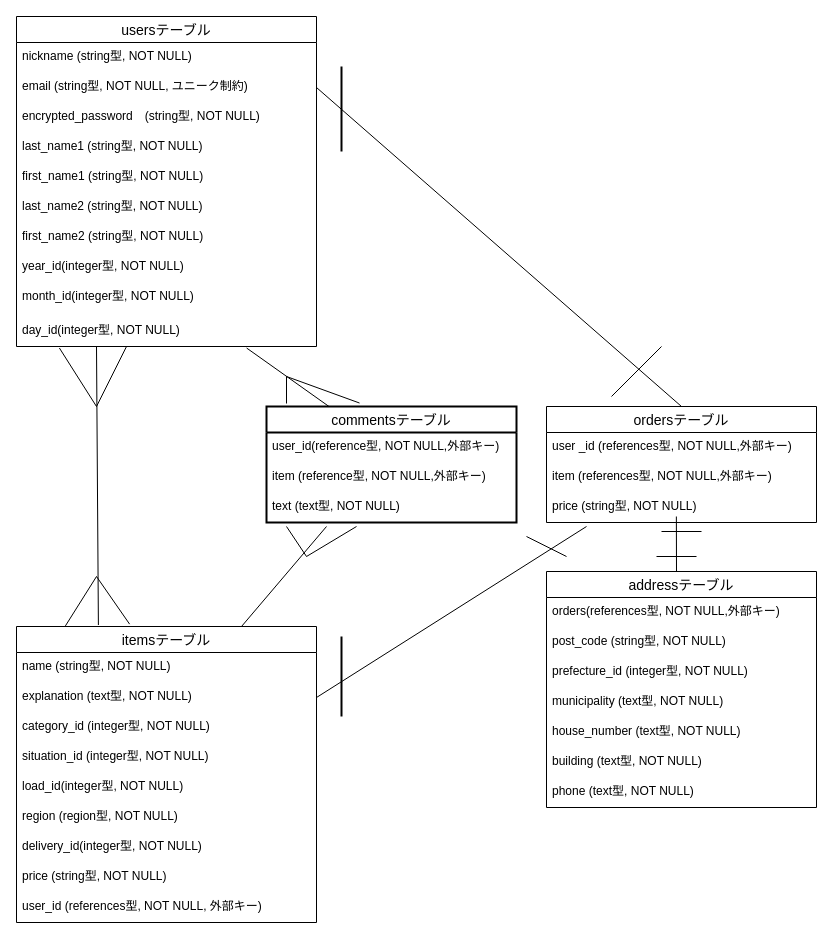
aruga-eri/furima-40729 keeps this draw.io diagram as app/views/furima.dio. Above is the earlier version. Source tidied: cells renumbered, new cells numbered last; positions are measured from the earlier drawing's top-left corner, leaving out a move shared by most shapes. Both pictures are drawn from the tidied source at 100%, with x=0, y=0 at pixel (16, 16).
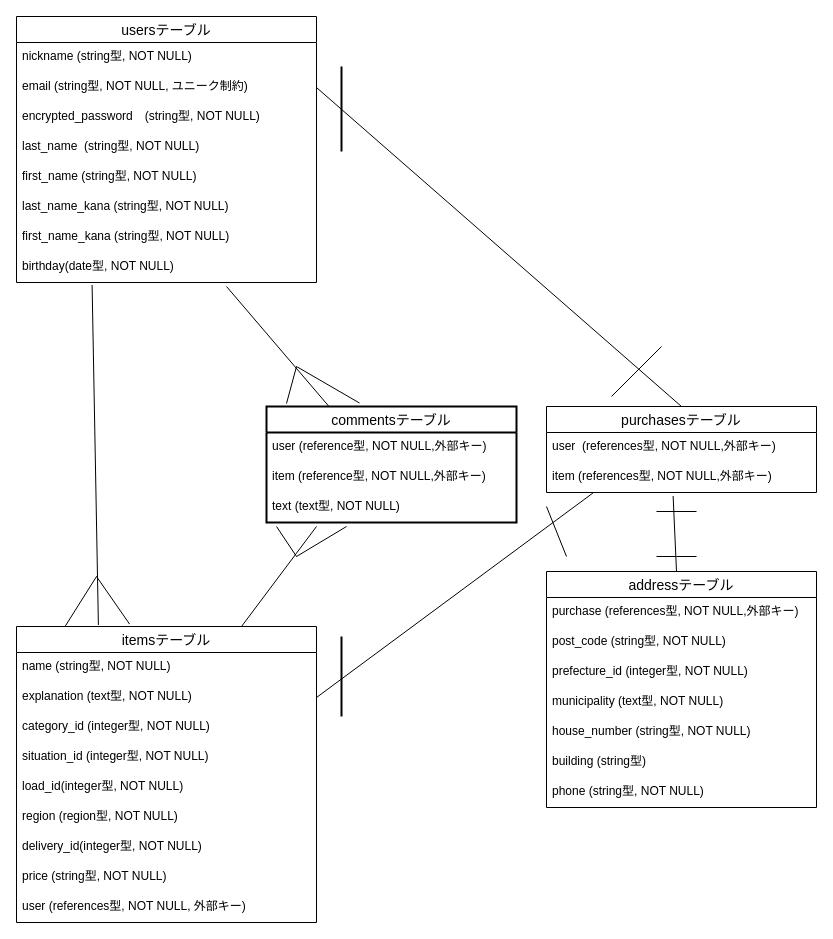
The same page after the edit.

The change refers to these unchanged cells:
```xml
<mxCell id="15" value="itemsテーブル" style="swimlane;fontStyle=0;horizontal=1;startSize=26;align=center;fontSize=14;fontFamily=Helvetica;fontColor=default;fillColor=none;gradientColor=none;rounded=0;" parent="1" vertex="1">
  <mxGeometry y="610" width="300" height="296" as="geometry" />
</mxCell>
<mxCell id="17" value="explanation (text型, NOT NULL)" style="text;strokeColor=none;fillColor=none;spacingLeft=4;spacingRight=4;overflow=hidden;points=[[0,0.5],[1,0.5]];portConstraint=eastwest;fontSize=12;fontFamily=Helvetica;fontColor=default;rounded=0;" parent="15" vertex="1">
  <mxGeometry y="56" width="300" height="30" as="geometry" />
</mxCell>
<mxCell id="27" value="item (references型, NOT NULL,外部キー)" style="text;strokeColor=none;fillColor=none;spacingLeft=4;spacingRight=4;overflow=hidden;points=[[0,0.5],[1,0.5]];portConstraint=eastwest;fontSize=12;fontFamily=Helvetica;fontColor=default;rounded=0;" parent="25" vertex="1">
  <mxGeometry y="56" width="270" height="30" as="geometry" />
</mxCell>
<mxCell id="30" value="addressテーブル" style="swimlane;fontStyle=0;horizontal=1;startSize=26;align=center;fontSize=14;fontFamily=Helvetica;fontColor=default;fillColor=none;gradientColor=none;rounded=0;" parent="1" vertex="1">
  <mxGeometry x="530" y="555" width="270" height="236" as="geometry" />
</mxCell>
<mxCell id="47" value="commentsテーブル" style="swimlane;fontStyle=0;horizontal=1;startSize=26;align=center;fontSize=14;strokeWidth=2;rounded=0;" parent="1" vertex="1">
  <mxGeometry x="250" y="390" width="250" height="116" as="geometry" />
</mxCell>
```

Diff of the diagram source:
```diff
@@
     <mxCell id="2" value="usersテーブル" style="swimlane;fontStyle=0;horizontal=1;startSize=26;align=center;fontSize=14;fontFamily=Helvetica;fontColor=default;fillColor=none;gradientColor=none;rounded=0;" parent="1" vertex="1">
-      <mxGeometry width="300" height="330" as="geometry" />
+      <mxGeometry width="300" height="266" as="geometry" />
     </mxCell>
@@
-    <mxCell id="6" value="last_name1 (string型, NOT NULL)" style="text;strokeColor=none;fillColor=none;spacingLeft=4;spacingRight=4;overflow=hidden;fontSize=12;fontFamily=Helvetica;fontColor=default;rounded=0;" parent="2" vertex="1">
+    <mxCell id="6" value="last_name  (string型, NOT NULL)" style="text;strokeColor=none;fillColor=none;spacingLeft=4;spacingRight=4;overflow=hidden;fontSize=12;fontFamily=Helvetica;fontColor=default;rounded=0;" parent="2" vertex="1">
       <mxGeometry y="116" width="300" height="30" as="geometry" />
     </mxCell>
-    <mxCell id="7" value="first_name1 (string型, NOT NULL)&#10;" style="text;strokeColor=none;fillColor=none;spacingLeft=4;spacingRight=4;overflow=hidden;fontSize=12;fontFamily=Helvetica;fontColor=default;rounded=0;" parent="2" vertex="1">
+    <mxCell id="7" value="first_name (string型, NOT NULL)&#10;" style="text;strokeColor=none;fillColor=none;spacingLeft=4;spacingRight=4;overflow=hidden;fontSize=12;fontFamily=Helvetica;fontColor=default;rounded=0;" parent="2" vertex="1">
       <mxGeometry y="146" width="300" height="30" as="geometry" />
     </mxCell>
-    <mxCell id="8" value="last_name2 (string型, NOT NULL)" style="text;strokeColor=none;fillColor=none;spacingLeft=4;spacingRight=4;overflow=hidden;fontSize=12;fontFamily=Helvetica;fontColor=default;rounded=0;" parent="2" vertex="1">
+    <mxCell id="8" value="last_name_kana (string型, NOT NULL)" style="text;strokeColor=none;fillColor=none;spacingLeft=4;spacingRight=4;overflow=hidden;fontSize=12;fontFamily=Helvetica;fontColor=default;rounded=0;" parent="2" vertex="1">
       <mxGeometry y="176" width="300" height="30" as="geometry" />
     </mxCell>
-    <mxCell id="9" value="first_name2 (string型, NOT NULL)" style="text;strokeColor=none;fillColor=none;spacingLeft=4;spacingRight=4;overflow=hidden;fontSize=12;fontFamily=Helvetica;fontColor=default;rounded=0;" parent="2" vertex="1">
+    <mxCell id="9" value="first_name_kana (string型, NOT NULL)" style="text;strokeColor=none;fillColor=none;spacingLeft=4;spacingRight=4;overflow=hidden;fontSize=12;fontFamily=Helvetica;fontColor=default;rounded=0;" parent="2" vertex="1">
       <mxGeometry y="206" width="300" height="30" as="geometry" />
     </mxCell>
-    <mxCell id="10" value="year_id(integer型, NOT NULL)" style="text;strokeColor=none;fillColor=none;spacingLeft=4;spacingRight=4;overflow=hidden;points=[[0,0.5],[1,0.5]];portConstraint=eastwest;fontSize=12;fontFamily=Helvetica;fontColor=default;rounded=0;" parent="2" vertex="1">
+    <mxCell id="10" value="birthday(date型, NOT NULL)" style="text;strokeColor=none;fillColor=none;spacingLeft=4;spacingRight=4;overflow=hidden;points=[[0,0.5],[1,0.5]];portConstraint=eastwest;fontSize=12;fontFamily=Helvetica;fontColor=default;rounded=0;" parent="2" vertex="1">
       <mxGeometry y="236" width="300" height="30" as="geometry" />
     </mxCell>
-    <mxCell id="11" value="month_id(integer型, NOT NULL)" style="text;strokeColor=none;fillColor=none;spacingLeft=4;spacingRight=4;overflow=hidden;fontSize=12;rounded=0;" parent="2" vertex="1">
-      <mxGeometry y="266" width="300" height="34" as="geometry" />
-    </mxCell>
-    <mxCell id="12" value="day_id(integer型, NOT NULL)" style="text;strokeColor=none;fillColor=none;spacingLeft=4;spacingRight=4;overflow=hidden;points=[[0,0.5],[1,0.5]];portConstraint=eastwest;fontSize=12;rounded=0;" parent="2" vertex="1">
-      <mxGeometry y="300" width="300" height="30" as="geometry" />
-    </mxCell>
-    <mxCell id="13" style="edgeStyle=none;html=1;exitX=0.273;exitY=-0.005;exitDx=0;exitDy=0;strokeColor=default;startArrow=none;startFill=0;endArrow=none;endFill=0;exitPerimeter=0;rounded=0;" parent="1" edge="1" source="15">
-      <mxGeometry relative="1" as="geometry">
-        <mxPoint x="80" y="330" as="targetPoint" />
-      </mxGeometry>
+    <mxCell id="13" style="edgeStyle=none;html=1;exitX=0.273;exitY=-0.005;exitDx=0;exitDy=0;strokeColor=default;startArrow=none;startFill=0;endArrow=none;endFill=0;exitPerimeter=0;rounded=0;entryX=0.252;entryY=1.083;entryDx=0;entryDy=0;entryPerimeter=0;" parent="1" edge="1" source="15" target="10">
+      <mxGeometry relative="1" as="geometry" />
     </mxCell>
     <mxCell id="14" style="edgeStyle=none;html=1;exitX=0.75;exitY=0;exitDx=0;exitDy=0;strokeColor=default;startArrow=none;startFill=0;endArrow=none;endFill=0;rounded=0;" parent="1" edge="1" source="15">
       <mxGeometry relative="1" as="geometry">
-        <mxPoint x="310" y="510" as="targetPoint" />
+        <mxPoint x="300" y="510" as="targetPoint" />
       </mxGeometry>
     </mxCell>
@@
-    <mxCell id="24" value="user_id (references型, NOT NULL, 外部キー)" style="text;strokeColor=none;fillColor=none;spacingLeft=4;spacingRight=4;overflow=hidden;fontSize=12;fontFamily=Helvetica;fontColor=default;rounded=0;" parent="15" vertex="1">
+    <mxCell id="24" value="user (references型, NOT NULL, 外部キー)" style="text;strokeColor=none;fillColor=none;spacingLeft=4;spacingRight=4;overflow=hidden;fontSize=12;fontFamily=Helvetica;fontColor=default;rounded=0;" parent="15" vertex="1">
       <mxGeometry y="266" width="300" height="30" as="geometry" />
     </mxCell>
-    <mxCell id="25" value="ordersテーブル" style="swimlane;fontStyle=0;horizontal=1;startSize=26;align=center;fontSize=14;fontFamily=Helvetica;fontColor=default;fillColor=none;gradientColor=none;rounded=0;" parent="1" vertex="1">
-      <mxGeometry x="530" y="390" width="270" height="116" as="geometry" />
+    <mxCell id="25" value="purchasesテーブル" style="swimlane;fontStyle=0;horizontal=1;startSize=26;align=center;fontSize=14;fontFamily=Helvetica;fontColor=default;fillColor=none;gradientColor=none;rounded=0;" parent="1" vertex="1">
+      <mxGeometry x="530" y="390" width="270" height="86" as="geometry" />
     </mxCell>
-    <mxCell id="26" value="user _id (references型, NOT NULL,外部キー)" style="text;strokeColor=none;fillColor=none;spacingLeft=4;spacingRight=4;overflow=hidden;fontSize=12;fontFamily=Helvetica;fontColor=default;rounded=0;" parent="25" vertex="1">
+    <mxCell id="26" value="user  (references型, NOT NULL,外部キー)" style="text;strokeColor=none;fillColor=none;spacingLeft=4;spacingRight=4;overflow=hidden;fontSize=12;fontFamily=Helvetica;fontColor=default;rounded=0;" parent="25" vertex="1">
       <mxGeometry y="26" width="270" height="30" as="geometry" />
     </mxCell>
@@
-    <mxCell id="28" value="price (string型, NOT NULL)" style="text;strokeColor=none;fillColor=none;spacingLeft=4;spacingRight=4;overflow=hidden;points=[[0,0.5],[1,0.5]];portConstraint=eastwest;fontSize=12;fontFamily=Helvetica;fontColor=default;rounded=0;" parent="25" vertex="1">
-      <mxGeometry y="86" width="270" height="30" as="geometry" />
-    </mxCell>
-    <mxCell id="29" style="edgeStyle=none;html=1;exitX=0.5;exitY=0;exitDx=0;exitDy=0;entryX=0.481;entryY=0.8;entryDx=0;entryDy=0;entryPerimeter=0;strokeColor=default;startArrow=none;startFill=0;endArrow=none;endFill=0;rounded=0;" parent="1" edge="1" source="30" target="28">
+    <mxCell id="29" style="edgeStyle=none;html=1;exitX=0.5;exitY=0;exitDx=0;exitDy=0;entryX=0.469;entryY=1.117;entryDx=0;entryDy=0;entryPerimeter=0;strokeColor=default;startArrow=none;startFill=0;endArrow=none;endFill=0;rounded=0;" parent="1" edge="1" source="30" target="27">
       <mxGeometry relative="1" as="geometry">
         <Array as="points">
           <mxPoint x="660" y="555" />
         </Array>
       </mxGeometry>
     </mxCell>
@@
-    <mxCell id="31" value="orders(references型, NOT NULL,外部キー)" style="text;strokeColor=none;fillColor=none;spacingLeft=4;spacingRight=4;overflow=hidden;fontSize=12;rounded=0;" parent="30" vertex="1">
+    <mxCell id="31" value="purchase (references型, NOT NULL,外部キー)" style="text;strokeColor=none;fillColor=none;spacingLeft=4;spacingRight=4;overflow=hidden;fontSize=12;rounded=0;" parent="30" vertex="1">
       <mxGeometry y="26" width="270" height="30" as="geometry" />
     </mxCell>
@@
-    <mxCell id="35" value="house_number (text型, NOT NULL)" style="text;strokeColor=none;fillColor=none;spacingLeft=4;spacingRight=4;overflow=hidden;fontSize=12;fontFamily=Helvetica;fontColor=default;rounded=0;" parent="30" vertex="1">
+    <mxCell id="35" value="house_number (string型, NOT NULL)" style="text;strokeColor=none;fillColor=none;spacingLeft=4;spacingRight=4;overflow=hidden;fontSize=12;fontFamily=Helvetica;fontColor=default;rounded=0;" parent="30" vertex="1">
       <mxGeometry y="146" width="270" height="30" as="geometry" />
     </mxCell>
-    <mxCell id="36" value="building (text型, NOT NULL)" style="text;strokeColor=none;fillColor=none;spacingLeft=4;spacingRight=4;overflow=hidden;points=[[0,0.5],[1,0.5]];portConstraint=eastwest;fontSize=12;fontFamily=Helvetica;fontColor=default;rounded=0;" parent="30" vertex="1">
+    <mxCell id="36" value="building (string型)" style="text;strokeColor=none;fillColor=none;spacingLeft=4;spacingRight=4;overflow=hidden;points=[[0,0.5],[1,0.5]];portConstraint=eastwest;fontSize=12;fontFamily=Helvetica;fontColor=default;rounded=0;" parent="30" vertex="1">
       <mxGeometry y="176" width="270" height="30" as="geometry" />
     </mxCell>
-    <mxCell id="37" value="phone (text型, NOT NULL)" style="text;strokeColor=none;fillColor=none;spacingLeft=4;spacingRight=4;overflow=hidden;points=[[0,0.5],[1,0.5]];portConstraint=eastwest;fontSize=12;fontFamily=Helvetica;fontColor=default;rounded=0;" parent="30" vertex="1">
+    <mxCell id="37" value="phone (string型, NOT NULL)" style="text;strokeColor=none;fillColor=none;spacingLeft=4;spacingRight=4;overflow=hidden;points=[[0,0.5],[1,0.5]];portConstraint=eastwest;fontSize=12;fontFamily=Helvetica;fontColor=default;rounded=0;" parent="30" vertex="1">
       <mxGeometry y="206" width="270" height="30" as="geometry" />
     </mxCell>
     <mxCell id="38" style="line;strokeWidth=1;dashed=0;labelPosition=right;align=left;verticalAlign=middle;spacingTop=0;spacingLeft=6;fontFamily=Helvetica;fontSize=12;fontColor=default;fillColor=none;gradientColor=none;rounded=0;" parent="1" vertex="1">
-      <mxGeometry x="645" y="510" width="40" height="10" as="geometry" />
+      <mxGeometry x="640" y="490" width="40" height="10" as="geometry" />
     </mxCell>
@@
-    <mxCell id="43" style="edgeStyle=none;html=1;exitX=1;exitY=0.5;exitDx=0;exitDy=0;strokeColor=default;startArrow=none;startFill=0;endArrow=none;endFill=0;rounded=0;" parent="1" edge="1" source="17">
-      <mxGeometry relative="1" as="geometry">
-        <mxPoint x="570" y="510" as="targetPoint" />
-      </mxGeometry>
+    <mxCell id="43" style="edgeStyle=none;html=1;exitX=1;exitY=0.5;exitDx=0;exitDy=0;strokeColor=default;startArrow=none;startFill=0;endArrow=none;endFill=0;rounded=0;entryX=0.172;entryY=1.017;entryDx=0;entryDy=0;entryPerimeter=0;" parent="1" edge="1" source="17" target="27">
+      <mxGeometry relative="1" as="geometry" />
     </mxCell>
@@
-    <mxCell id="46" style="edgeStyle=none;html=1;exitX=0.25;exitY=0;exitDx=0;exitDy=0;entryX=0.767;entryY=1.05;entryDx=0;entryDy=0;entryPerimeter=0;strokeColor=default;startArrow=none;startFill=0;endArrow=none;endFill=0;rounded=0;" parent="1" edge="1" source="47" target="12">
+    <mxCell id="46" style="edgeStyle=none;html=1;exitX=0.25;exitY=0;exitDx=0;exitDy=0;strokeColor=default;startArrow=none;startFill=0;endArrow=none;endFill=0;rounded=0;entryX=0.7;entryY=1.133;entryDx=0;entryDy=0;entryPerimeter=0;" parent="1" edge="1" source="47" target="10">
       <mxGeometry relative="1" as="geometry" />
     </mxCell>
@@
-    <mxCell id="48" value="user_id(reference型, NOT NULL,外部キー)" style="text;strokeColor=none;fillColor=none;spacingLeft=4;spacingRight=4;overflow=hidden;fontSize=12;strokeWidth=2;rounded=0;" parent="47" vertex="1">
+    <mxCell id="48" value="user (reference型, NOT NULL,外部キー)" style="text;strokeColor=none;fillColor=none;spacingLeft=4;spacingRight=4;overflow=hidden;fontSize=12;strokeWidth=2;rounded=0;" parent="47" vertex="1">
       <mxGeometry y="26" width="250" height="30" as="geometry" />
     </mxCell>
@@
-    <mxCell id="51" style="endArrow=none;html=1;strokeColor=default;rounded=0;" parent="47" edge="1">
-      <mxGeometry relative="1" as="geometry">
-        <mxPoint x="20" y="120" as="sourcePoint" />
-        <mxPoint x="90" y="120" as="targetPoint" />
-        <Array as="points">
-          <mxPoint x="40" y="150" />
-        </Array>
-      </mxGeometry>
-    </mxCell>
     <mxCell id="52" style="endArrow=none;html=1;strokeColor=default;entryX=0.372;entryY=-0.03;entryDx=0;entryDy=0;entryPerimeter=0;rounded=0;" parent="1" edge="1" target="47">
       <mxGeometry relative="1" as="geometry">
         <mxPoint x="270" y="387" as="sourcePoint" />
         <Array as="points">
-          <mxPoint x="270" y="360" />
+          <mxPoint x="280" y="350" />
         </Array>
       </mxGeometry>
     </mxCell>
-    <mxCell id="53" style="endArrow=none;html=1;strokeColor=default;exitX=0.143;exitY=1.05;exitDx=0;exitDy=0;exitPerimeter=0;rounded=0;" parent="1" edge="1" source="12">
-      <mxGeometry relative="1" as="geometry">
-        <mxPoint x="110" y="330" as="targetPoint" />
-        <Array as="points">
-          <mxPoint x="80" y="390" />
-        </Array>
-      </mxGeometry>
-    </mxCell>
@@
     <mxCell id="56" style="endArrow=none;html=1;strokeColor=default;rounded=0;" parent="1" edge="1">
       <mxGeometry relative="1" as="geometry">
-        <mxPoint x="510" y="520" as="sourcePoint" />
+        <mxPoint x="530" y="490" as="sourcePoint" />
         <mxPoint x="550" y="540" as="targetPoint" />
       </mxGeometry>
     </mxCell>
+    <mxCell id="51" style="endArrow=none;html=1;strokeColor=default;rounded=0;" parent="1" edge="1">
+      <mxGeometry relative="1" as="geometry">
+        <mxPoint x="260" y="510" as="sourcePoint" />
+        <mxPoint x="330" y="510" as="targetPoint" />
+        <Array as="points">
+          <mxPoint x="280" y="540" />
+        </Array>
+      </mxGeometry>
+    </mxCell>
```
